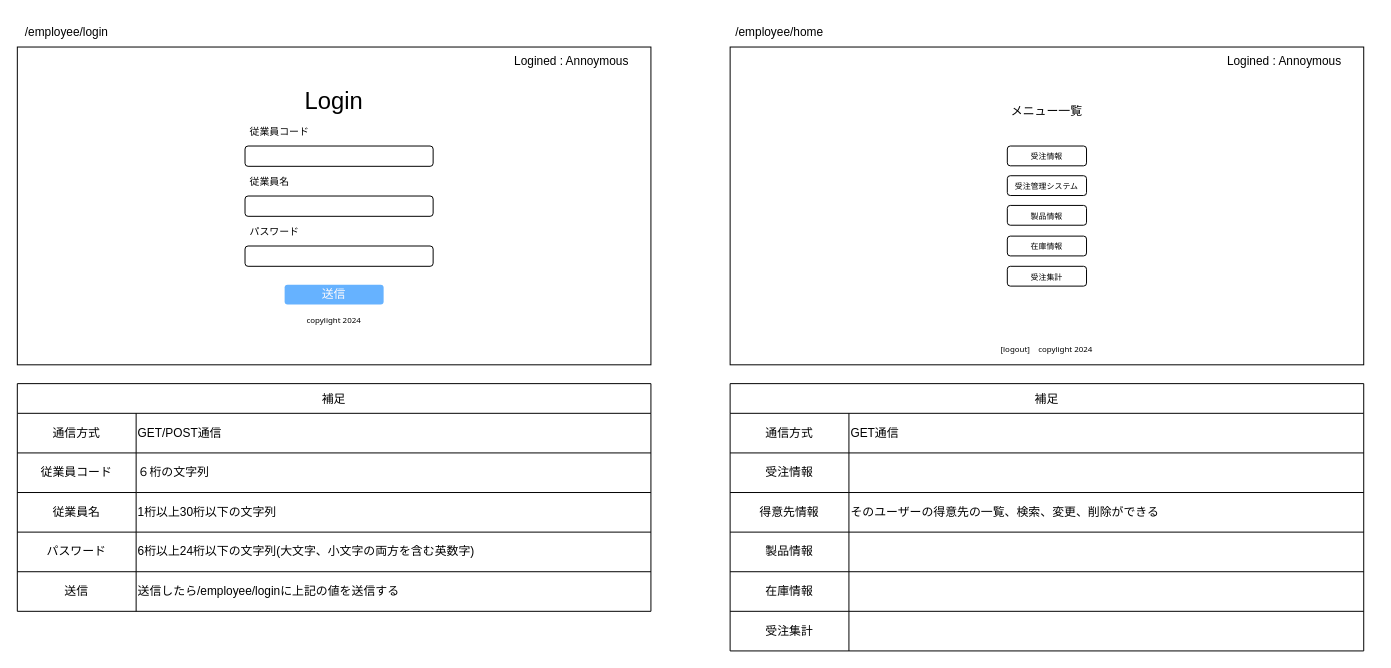
Above: page "UI" (1 of 7) of draw.io/details.drawio in kmjak/Django-Production-Task (draw.io), before the change. Source tidied: cells renumbered, new cells numbered last; positions are measured from the earlier drawing's top-left corner, leaving out a move shared by most shapes. Both pictures are drawn from the tidied source at 99%, with x=0, y=0 at pixel (17, 17).
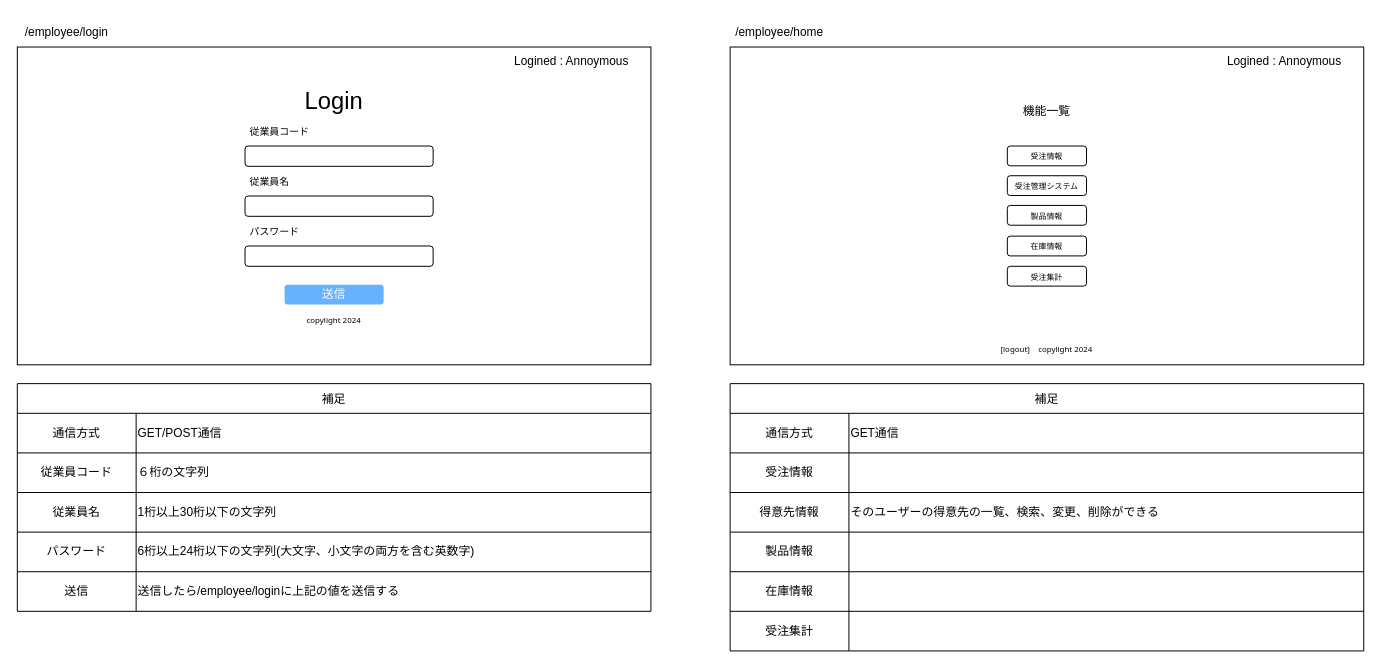
After the change.

Commit message:
画面遷移図を描いた

Change to the diagram source:
```diff
@@
-    <mxCell id="55" value="メニュー一覧" style="text;strokeColor=none;align=center;fillColor=none;html=1;verticalAlign=middle;whiteSpace=wrap;rounded=0;" parent="1" vertex="1">
+    <mxCell id="55" value="機能一覧" style="text;strokeColor=none;align=center;fillColor=none;html=1;verticalAlign=middle;whiteSpace=wrap;rounded=0;" parent="1" vertex="1">
       <mxGeometry x="995" y="80" width="90" height="30" as="geometry" />
     </mxCell>
```
